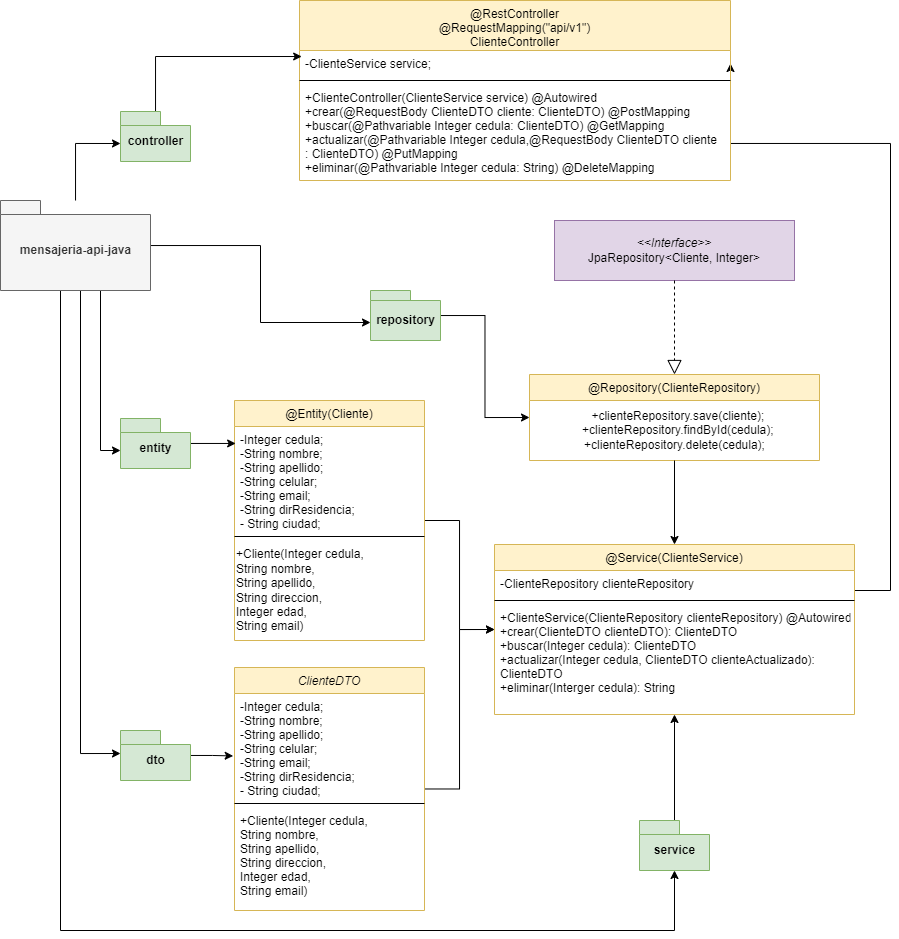
Pipe1098/ProyectoIntegrador keeps this draw.io diagram as mensajeria_clase_cliente.drawio.png. Above is the earlier version. Source tidied: cells renumbered, new cells last; positions are measured from the earlier drawing's top-left corner, leaving out a move shared by most shapes.
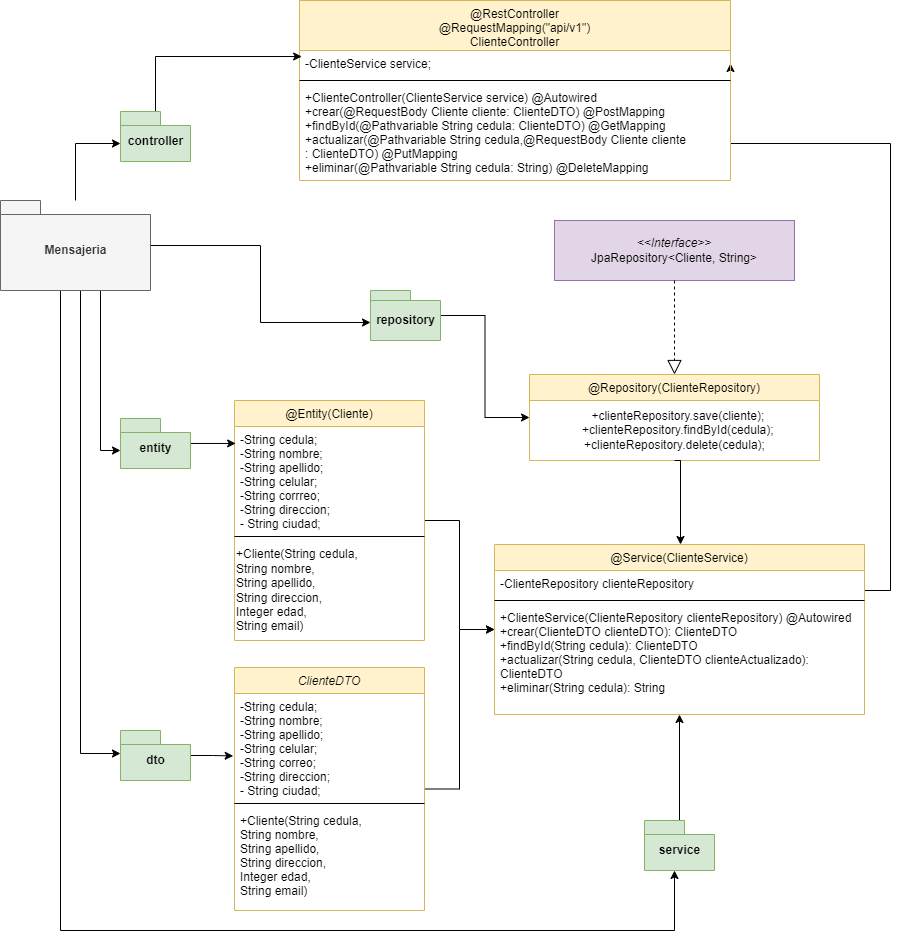
Above is the later version.

What changed in the source:
```diff
@@ -8,13 +8,13 @@
     <mxCell id="3" value="@Entity(Cliente)" style="swimlane;fontStyle=0;align=center;verticalAlign=top;horizontal=1;startSize=26;rounded=0;shadow=0;strokeWidth=1;fillColor=#fff2cc;strokeColor=#d6b656;" parent="1" vertex="1">
       <mxGeometry x="234" y="400" width="190" height="240" as="geometry" />
     </mxCell>
-    <mxCell id="4" value="-Integer cedula;&#10;-String nombre;&#10;-String apellido;&#10;-String celular;&#10;-String email;&#10;-String dirResidencia;&#10;- String ciudad;" style="text;align=left;verticalAlign=top;spacingLeft=4;spacingRight=4;overflow=hidden;points=[[0,0.5],[1,0.5]];portConstraint=eastwest;" parent="3" vertex="1">
+    <mxCell id="4" value="-String cedula;&#10;-String nombre;&#10;-String apellido;&#10;-String celular;&#10;-String corrreo;&#10;-String direccion;&#10;- String ciudad;" style="text;align=left;verticalAlign=top;spacingLeft=4;spacingRight=4;overflow=hidden;points=[[0,0.5],[1,0.5]];portConstraint=eastwest;" parent="3" vertex="1">
       <mxGeometry y="26" width="190" height="106" as="geometry" />
     </mxCell>
     <mxCell id="5" style="line;html=1;strokeWidth=1;align=left;verticalAlign=middle;spacingTop=-1;spacingLeft=3;spacingRight=3;labelPosition=right;" parent="3" vertex="1">
       <mxGeometry y="132" width="190" height="8" as="geometry" />
     </mxCell>
-    <mxCell id="6" value="+Cliente(Integer cedula, &lt;br&gt;&lt;div style=&quot;&quot;&gt;&lt;span style=&quot;background-color: initial;&quot;&gt;String nombre,&amp;nbsp;&lt;/span&gt;&lt;/div&gt;&lt;div style=&quot;&quot;&gt;&lt;span style=&quot;background-color: initial;&quot;&gt;String apellido,&lt;/span&gt;&lt;/div&gt;&lt;div style=&quot;&quot;&gt;&lt;span style=&quot;background-color: initial;&quot;&gt;String direccion,&amp;nbsp;&lt;/span&gt;&lt;/div&gt;&lt;div style=&quot;&quot;&gt;&lt;span style=&quot;background-color: initial;&quot;&gt;Integer edad,&amp;nbsp;&lt;/span&gt;&lt;/div&gt;&lt;div style=&quot;&quot;&gt;&lt;span style=&quot;background-color: initial;&quot;&gt;String email)&lt;/span&gt;&lt;/div&gt;" style="text;html=1;align=left;verticalAlign=middle;strokeColor=none;fillColor=none;" parent="3" vertex="1">
+    <mxCell id="6" value="+Cliente(String cedula, &lt;br&gt;&lt;div style=&quot;&quot;&gt;&lt;span style=&quot;background-color: initial;&quot;&gt;String nombre,&amp;nbsp;&lt;/span&gt;&lt;/div&gt;&lt;div style=&quot;&quot;&gt;&lt;span style=&quot;background-color: initial;&quot;&gt;String apellido,&lt;/span&gt;&lt;/div&gt;&lt;div style=&quot;&quot;&gt;&lt;span style=&quot;background-color: initial;&quot;&gt;String direccion,&amp;nbsp;&lt;/span&gt;&lt;/div&gt;&lt;div style=&quot;&quot;&gt;&lt;span style=&quot;background-color: initial;&quot;&gt;Integer edad,&amp;nbsp;&lt;/span&gt;&lt;/div&gt;&lt;div style=&quot;&quot;&gt;&lt;span style=&quot;background-color: initial;&quot;&gt;String email)&lt;/span&gt;&lt;/div&gt;" style="text;html=1;align=left;verticalAlign=middle;strokeColor=none;fillColor=none;" parent="3" vertex="1">
       <mxGeometry y="140" width="190" height="100" as="geometry" />
     </mxCell>
     <mxCell id="7" style="edgeStyle=orthogonalEdgeStyle;rounded=0;jettySize=auto;html=1;entryX=1;entryY=0.5;entryDx=0;entryDy=0;" parent="1" edge="1" source="8" target="16">
@@ -26,16 +26,16 @@
       </mxGeometry>
     </mxCell>
     <mxCell id="8" value="@Service(ClienteService)" style="swimlane;fontStyle=0;align=center;verticalAlign=top;horizontal=1;startSize=26;rounded=0;shadow=0;strokeWidth=1;fillColor=#fff2cc;strokeColor=#d6b656;" parent="1" vertex="1">
-      <mxGeometry x="494" y="544" width="360" height="170" as="geometry" />
+      <mxGeometry x="494" y="544" width="370" height="170" as="geometry" />
     </mxCell>
     <mxCell id="9" value="-ClienteRepository clienteRepository" style="text;align=left;verticalAlign=top;spacingLeft=4;spacingRight=4;overflow=hidden;rounded=0;shadow=0;html=0;" parent="8" vertex="1">
-      <mxGeometry y="26" width="360" height="26" as="geometry" />
+      <mxGeometry y="26" width="370" height="26" as="geometry" />
     </mxCell>
     <mxCell id="10" style="line;html=1;strokeWidth=1;align=left;verticalAlign=middle;spacingTop=-1;spacingLeft=3;spacingRight=3;labelPosition=right;" parent="8" vertex="1">
-      <mxGeometry y="52" width="360" height="8" as="geometry" />
+      <mxGeometry y="52" width="370" height="8" as="geometry" />
     </mxCell>
-    <mxCell id="11" value="+ClienteService(ClienteRepository clienteRepository) @Autowired&#10;+crear(ClienteDTO clienteDTO): ClienteDTO&#10;+buscar(Integer cedula): ClienteDTO&#10;+actualizar(Integer cedula, ClienteDTO clienteActualizado):&#10;ClienteDTO&#10;+eliminar(Interger cedula): String" style="text;align=left;verticalAlign=top;spacingLeft=4;spacingRight=4;overflow=hidden;" parent="8" vertex="1">
-      <mxGeometry y="60" width="360" height="110" as="geometry" />
+    <mxCell id="11" value="+ClienteService(ClienteRepository clienteRepository) @Autowired&#10;+crear(ClienteDTO clienteDTO): ClienteDTO&#10;+findById(String cedula): ClienteDTO&#10;+actualizar(String cedula, ClienteDTO clienteActualizado):&#10;ClienteDTO&#10;+eliminar(String cedula): String" style="text;align=left;verticalAlign=top;spacingLeft=4;spacingRight=4;overflow=hidden;" parent="8" vertex="1">
+      <mxGeometry y="60" width="370" height="110" as="geometry" />
     </mxCell>
     <mxCell id="12" value="@Repository(ClienteRepository)" style="swimlane;fontStyle=0;align=center;verticalAlign=top;horizontal=1;startSize=26;rounded=0;shadow=0;strokeWidth=1;fillColor=#fff2cc;strokeColor=#d6b656;" parent="1" vertex="1">
       <mxGeometry x="529" y="374" width="290" height="86" as="geometry" />
@@ -43,7 +43,7 @@
     <mxCell id="13" value="&amp;nbsp; +clienteRepository.save(cliente);&lt;br&gt;&amp;nbsp; +clienteRepository.findById(cedula);&lt;br style=&quot;border-color: var(--border-color);&quot;&gt;+clienteRepository.delete(cedula);" style="text;html=1;align=center;verticalAlign=middle;strokeColor=none;fillColor=none;" parent="12" vertex="1">
       <mxGeometry y="26" width="290" height="60" as="geometry" />
     </mxCell>
-    <mxCell id="14" value="&lt;i&gt;&amp;lt;&amp;lt;Interface&amp;gt;&amp;gt;&lt;br&gt;&lt;/i&gt;JpaRepository&amp;lt;Cliente, Integer&amp;gt;&lt;i&gt;&lt;br&gt;&lt;/i&gt;" style="rounded=0;whiteSpace=wrap;html=1;fillColor=#e1d5e7;strokeColor=#9673a6;" parent="1" vertex="1">
+    <mxCell id="14" value="&lt;i&gt;&amp;lt;&amp;lt;Interface&amp;gt;&amp;gt;&lt;br&gt;&lt;/i&gt;JpaRepository&amp;lt;Cliente, String&amp;gt;&lt;i&gt;&lt;br&gt;&lt;/i&gt;" style="rounded=0;whiteSpace=wrap;html=1;fillColor=#e1d5e7;strokeColor=#9673a6;" parent="1" vertex="1">
       <mxGeometry x="554" y="220" width="240" height="60" as="geometry" />
     </mxCell>
     <mxCell id="15" value="@RestController&#10;@RequestMapping(&quot;api/v1&quot;)&#10;ClienteController" style="swimlane;fontStyle=0;align=center;verticalAlign=top;horizontal=1;startSize=50;rounded=0;shadow=0;strokeWidth=1;fillColor=#fff2cc;strokeColor=#d6b656;" parent="1" vertex="1">
@@ -55,7 +55,7 @@
     <mxCell id="17" style="line;html=1;strokeWidth=1;align=left;verticalAlign=middle;spacingTop=-1;spacingLeft=3;spacingRight=3;labelPosition=right;" parent="15" vertex="1">
       <mxGeometry y="76" width="431" height="8" as="geometry" />
     </mxCell>
-    <mxCell id="18" value="+ClienteController(ClienteService service) @Autowired&#10;+crear(@RequestBody ClienteDTO cliente: ClienteDTO) @PostMapping&#10;+buscar(@Pathvariable Integer cedula: ClienteDTO) @GetMapping&#10;+actualizar(@Pathvariable Integer cedula,@RequestBody ClienteDTO cliente&#10;: ClienteDTO) @PutMapping&#10;+eliminar(@Pathvariable Integer cedula: String) @DeleteMapping" style="text;align=left;verticalAlign=top;spacingLeft=4;spacingRight=4;overflow=hidden;" parent="15" vertex="1">
+    <mxCell id="18" value="+ClienteController(ClienteService service) @Autowired&#10;+crear(@RequestBody Cliente cliente: ClienteDTO) @PostMapping&#10;+findById(@Pathvariable String cedula: ClienteDTO) @GetMapping&#10;+actualizar(@Pathvariable String cedula,@RequestBody Cliente cliente&#10;: ClienteDTO) @PutMapping&#10;+eliminar(@Pathvariable String cedula: String) @DeleteMapping" style="text;align=left;verticalAlign=top;spacingLeft=4;spacingRight=4;overflow=hidden;" parent="15" vertex="1">
       <mxGeometry y="84" width="431" height="96" as="geometry" />
     </mxCell>
     <mxCell id="19" style="edgeStyle=orthogonalEdgeStyle;rounded=0;jettySize=auto;html=1;entryX=0;entryY=0.5;entryDx=0;entryDy=0;" parent="1" edge="1" source="20" target="8">
@@ -64,13 +64,13 @@
     <mxCell id="20" value="ClienteDTO" style="swimlane;fontStyle=2;align=center;verticalAlign=top;horizontal=1;startSize=26;rounded=0;shadow=0;strokeWidth=1;fillColor=#fff2cc;strokeColor=#d6b656;" parent="1" vertex="1">
       <mxGeometry x="234" y="667" width="190" height="243" as="geometry" />
     </mxCell>
-    <mxCell id="21" value="-Integer cedula;&#10;-String nombre;&#10;-String apellido;&#10;-String celular;&#10;-String email;&#10;-String dirResidencia;&#10;- String ciudad;" style="text;align=left;verticalAlign=top;spacingLeft=4;spacingRight=4;overflow=hidden;points=[[0,0.5],[1,0.5]];portConstraint=eastwest;" parent="20" vertex="1">
+    <mxCell id="21" value="-String cedula;&#10;-String nombre;&#10;-String apellido;&#10;-String celular;&#10;-String correo;&#10;-String direccion;&#10;- String ciudad;" style="text;align=left;verticalAlign=top;spacingLeft=4;spacingRight=4;overflow=hidden;points=[[0,0.5],[1,0.5]];portConstraint=eastwest;" parent="20" vertex="1">
       <mxGeometry y="26" width="190" height="106" as="geometry" />
     </mxCell>
     <mxCell id="22" style="line;html=1;strokeWidth=1;align=left;verticalAlign=middle;spacingTop=-1;spacingLeft=3;spacingRight=3;labelPosition=right;" parent="20" vertex="1">
       <mxGeometry y="132" width="190" height="8" as="geometry" />
     </mxCell>
-    <mxCell id="23" value="+Cliente(Integer cedula,&#10;String nombre, &#10;String apellido,&#10;String direccion, &#10;Integer edad, &#10;String email)" style="text;align=left;verticalAlign=top;spacingLeft=4;spacingRight=4;overflow=hidden;" parent="20" vertex="1">
+    <mxCell id="23" value="+Cliente(String cedula,&#10;String nombre, &#10;String apellido,&#10;String direccion, &#10;Integer edad, &#10;String email)" style="text;align=left;verticalAlign=top;spacingLeft=4;spacingRight=4;overflow=hidden;" parent="20" vertex="1">
       <mxGeometry y="140" width="190" height="94" as="geometry" />
     </mxCell>
     <mxCell id="24" style="endArrow=block;dashed=1;endFill=0;endSize=12;html=1;rounded=0;exitX=0.5;exitY=1;exitDx=0;exitDy=0;entryX=0.5;entryY=0;entryDx=0;entryDy=0;" parent="1" edge="1" source="14" target="12">
@@ -131,14 +131,18 @@
         </Array>
       </mxGeometry>
     </mxCell>
-    <mxCell id="39" value="mensajeria-api-java" style="shape=folder;fontStyle=1;spacingTop=10;tabWidth=40;tabHeight=14;tabPosition=left;html=1;fillColor=#f5f5f5;fontColor=#333333;strokeColor=#666666;" parent="1" vertex="1">
+    <mxCell id="39" value="Mensajeria" style="shape=folder;fontStyle=1;spacingTop=10;tabWidth=40;tabHeight=14;tabPosition=left;html=1;fillColor=#f5f5f5;fontColor=#333333;strokeColor=#666666;" parent="1" vertex="1">
       <mxGeometry y="200" width="150" height="90" as="geometry" />
     </mxCell>
     <mxCell id="40" style="edgeStyle=orthogonalEdgeStyle;rounded=0;jettySize=auto;html=1;exitX=0.5;exitY=1;exitDx=0;exitDy=0;" parent="1" edge="1" source="12" target="8">
-      <mxGeometry relative="1" as="geometry" />
+      <mxGeometry relative="1" as="geometry">
+        <Array as="points">
+          <mxPoint x="680" y="460" />
+        </Array>
+      </mxGeometry>
     </mxCell>
     <mxCell id="41" value="service" style="shape=folder;fontStyle=1;spacingTop=10;tabWidth=40;tabHeight=14;tabPosition=left;html=1;fillColor=#d5e8d4;strokeColor=#82b366;" parent="1" vertex="1">
-      <mxGeometry x="639" y="820" width="70" height="50" as="geometry" />
+      <mxGeometry x="644" y="820" width="70" height="50" as="geometry" />
     </mxCell>
   </root>
 </mxGraphModel>
```
